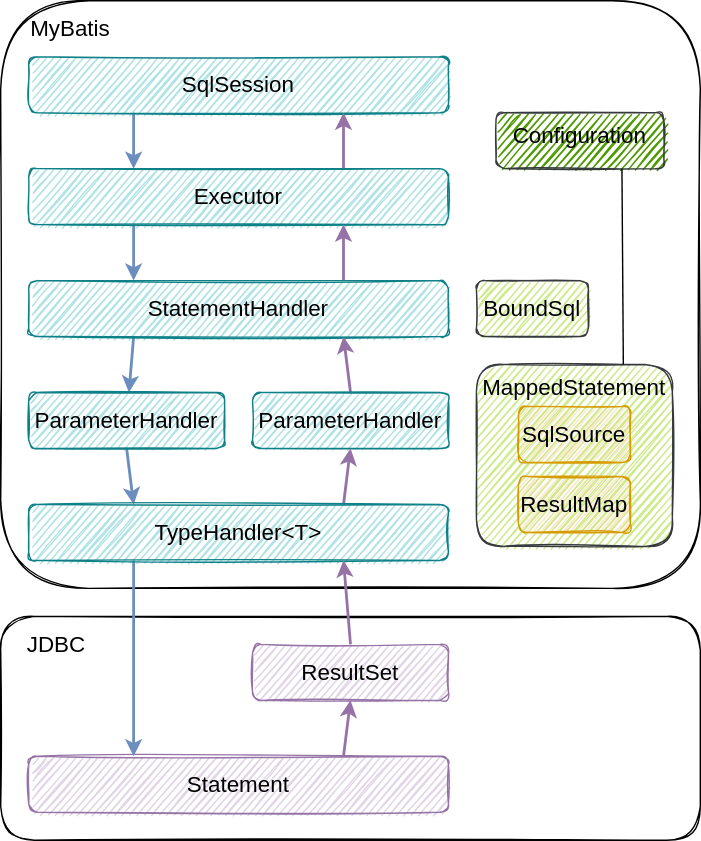
LeanLeeOne/notes keeps this draw.io diagram as images/7/mybatis-class-relationship.svg. Above is the earlier version. Source tidied: cells renumbered, new cells last; positions are measured from the earlier drawing's top-left corner, leaving out a move shared by most shapes.
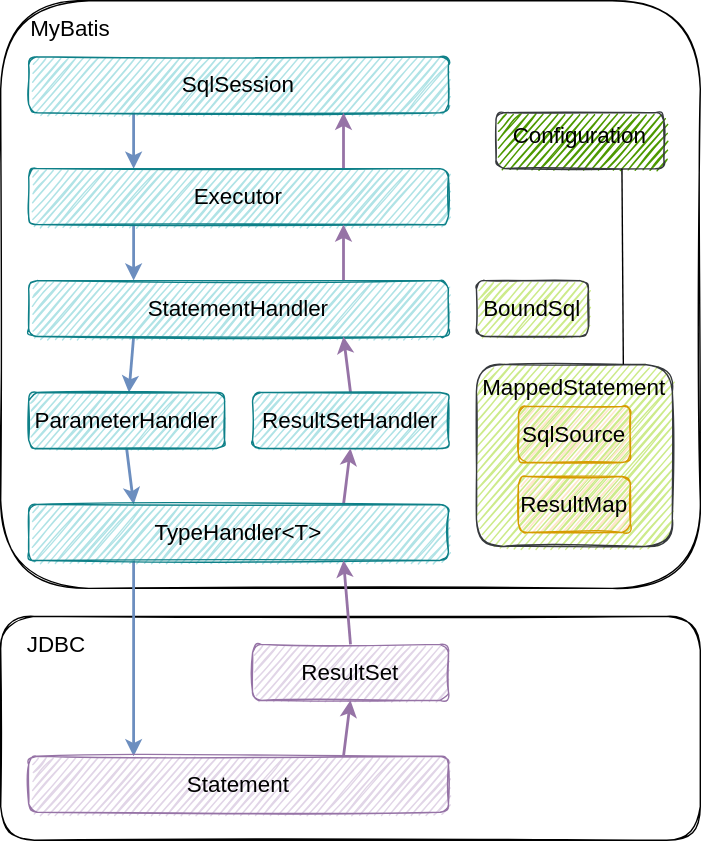
After the commit.

What changed in the source:
```diff
@@ -47,7 +47,7 @@
     <mxCell id="16" style="rounded=0;jettySize=auto;html=1;exitX=0.5;exitY=0;exitDx=0;exitDy=0;entryX=0.75;entryY=1;entryDx=0;entryDy=0;fontSize=16;strokeWidth=2;fillColor=#e1d5e7;strokeColor=#9673a6;" parent="1" edge="1" source="17" target="13">
       <mxGeometry relative="1" as="geometry" />
     </mxCell>
-    <mxCell id="17" value="ParameterHandler" style="rounded=1;whiteSpace=wrap;html=1;fontSize=16;fillColor=#b0e3e6;strokeColor=#0e8088;sketch=1;" parent="1" vertex="1">
+    <mxCell id="17" value="ResultSetHandler" style="rounded=1;whiteSpace=wrap;html=1;fontSize=16;fillColor=#b0e3e6;strokeColor=#0e8088;sketch=1;" parent="1" vertex="1">
       <mxGeometry x="180" y="280" width="140" height="40" as="geometry" />
     </mxCell>
     <mxCell id="18" style="edgeStyle=none;rounded=0;jettySize=auto;html=1;exitX=0.75;exitY=0;exitDx=0;exitDy=0;entryX=0.5;entryY=1;entryDx=0;entryDy=0;fontSize=16;strokeWidth=2;fillColor=#e1d5e7;strokeColor=#9673a6;" parent="1" edge="1" source="20" target="17">
```
